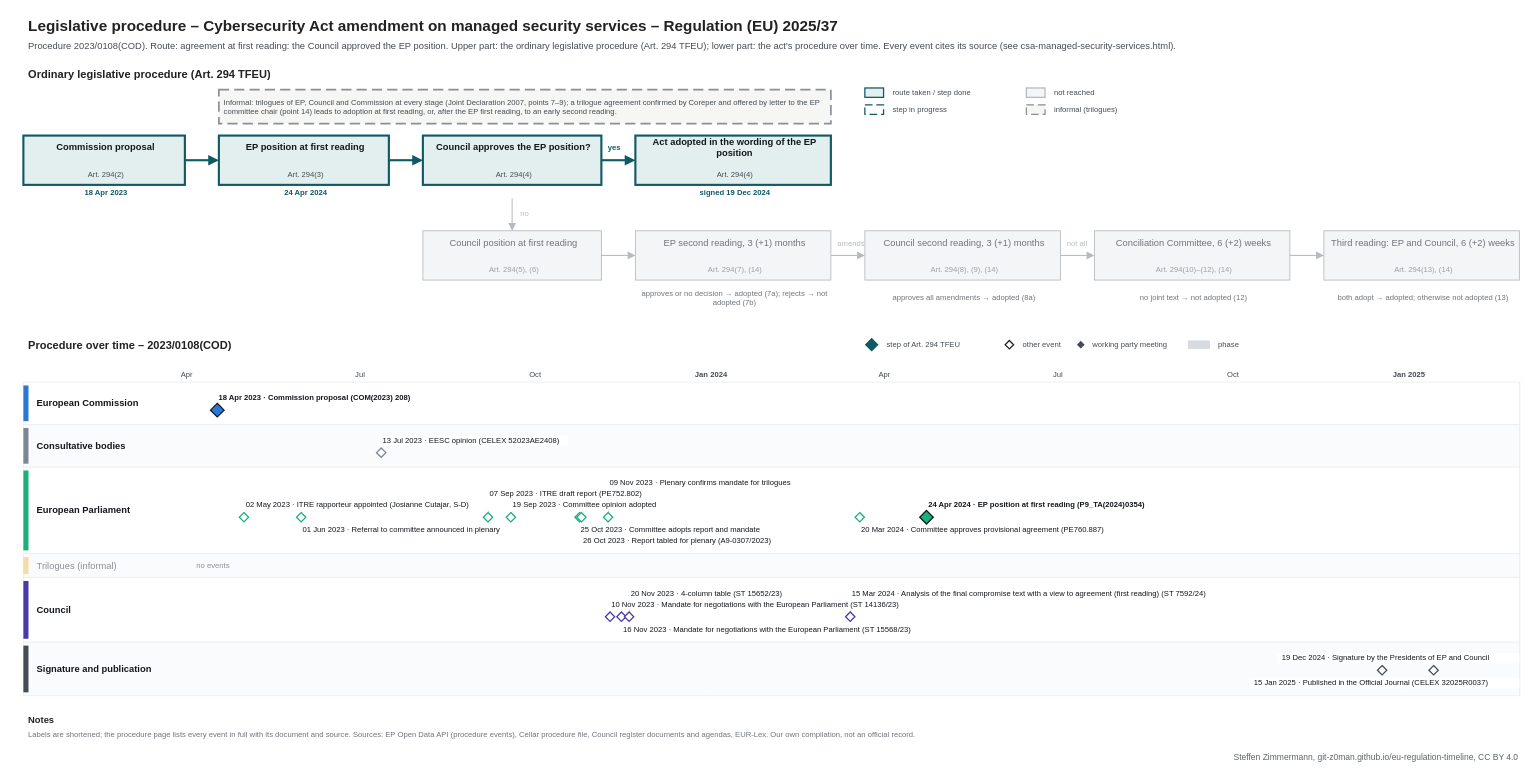
Earlier version of the draw.io diagram procedures/csa-managed-security-services.drawio (git-z0man/eu-regulation-timeline). Source tidied: cells renumbered, new cells numbered last; positions are measured from the earlier drawing's top-left corner, leaving out a move shared by most shapes. Both pictures are drawn from the tidied source at 85%, with x=0, y=0 at pixel (14, 14).
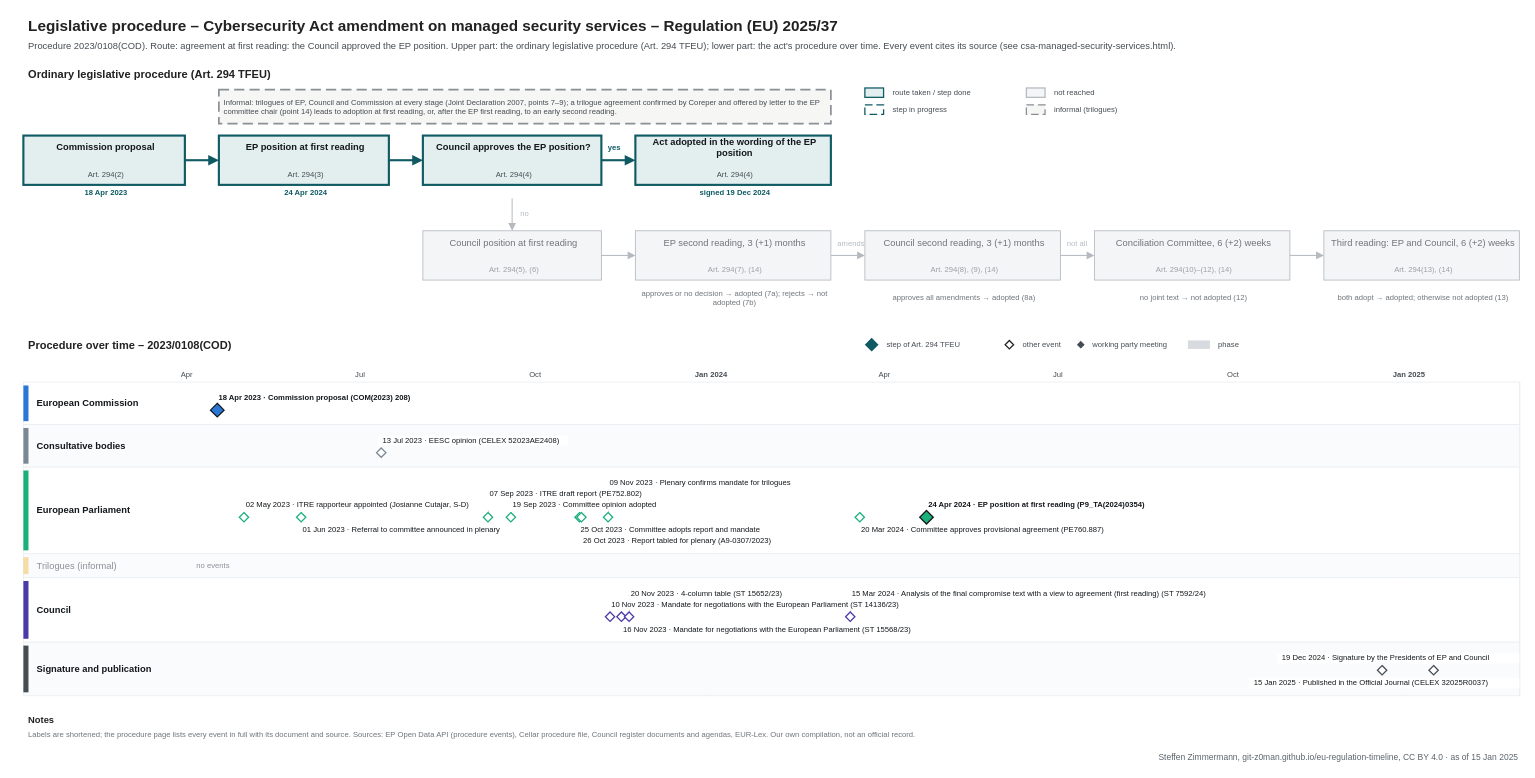
The same diagram, later.

Diff of the diagram source:
```diff
@@
-    <mxCell id="162" value="Steffen Zimmermann, git-z0man.github.io/eu-regulation-timeline, CC BY 4.0" style="text;html=1;fontSize=10;fontColor=#5b646b;align=right;verticalAlign=middle;spacingLeft=4;" parent="1" vertex="1">
+    <mxCell id="162" value="Steffen Zimmermann, git-z0man.github.io/eu-regulation-timeline, CC BY 4.0 · as of 15 Jan 2025" style="text;html=1;fontSize=10;fontColor=#5b646b;align=right;verticalAlign=middle;spacingLeft=4;" parent="1" vertex="1">
       <mxGeometry x="10" y="865" width="1760" height="16" as="geometry" />
     </mxCell>
```
